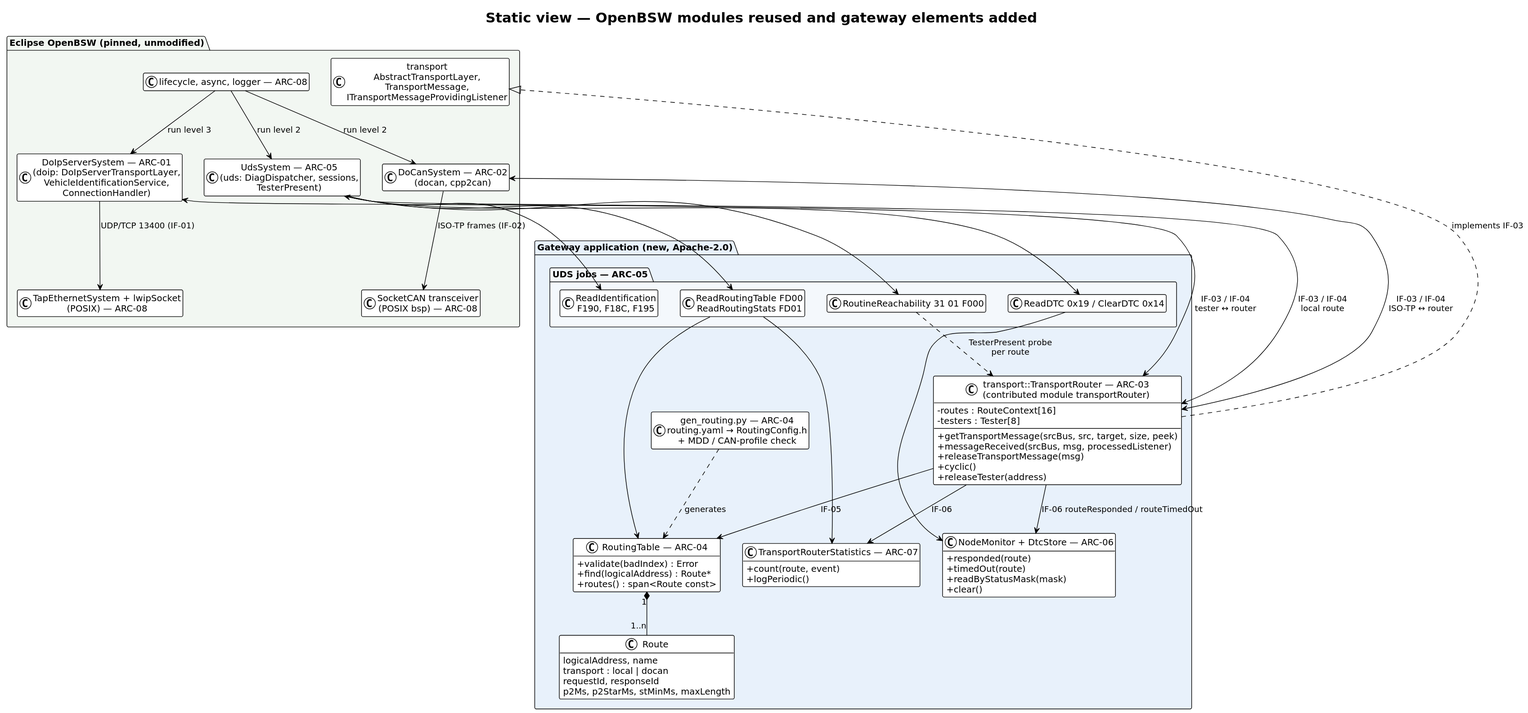
Before: OpenBSW/aspice/report/diagrams/components.svg, a diagram exported from PlantUML (Eclipse-SDV-Hackathon-Chapter-Four/Thinking_CAPs).
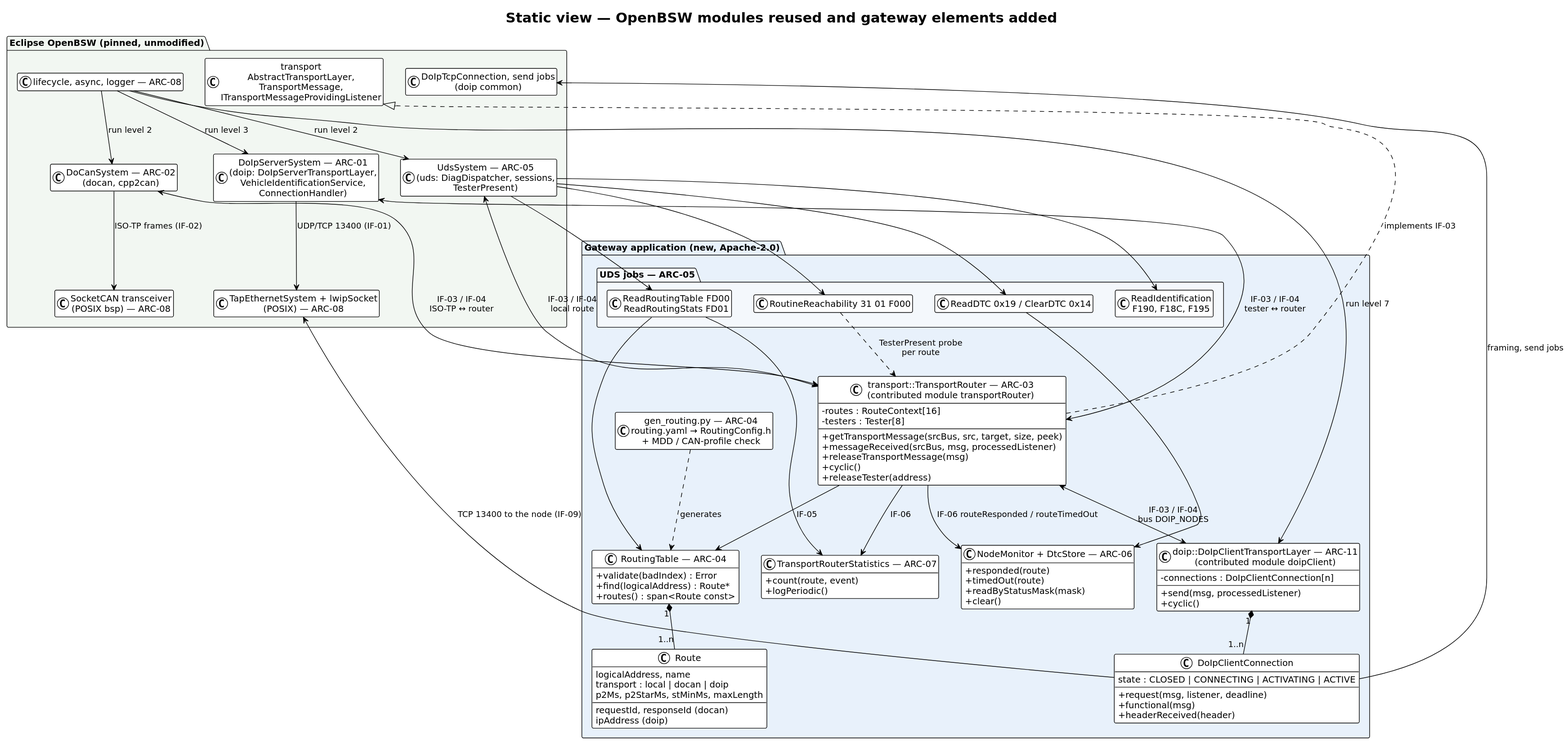
After the change.

Change to the diagram source:
```diff
@@ -24,8 +24,9 @@
   }
   class "Route" as Route {
     logicalAddress, name
-    transport : local | docan
-    requestId, responseId
+    transport : local | docan | doip
+    requestId, responseId (docan)
+    ipAddress (doip)
     p2Ms, p2StarMs, stMinMs, maxLength
   }
   class "NodeMonitor + DtcStore — ARC-06" as Mon {
@@ -44,6 +45,17 @@
     class "ReadDTC 0x19 / ClearDTC 0x14" as J3
     class "RoutineReachability 31 01 F000" as J4
   }
+  class "doip::DoIpClientTransportLayer — ARC-11\n(contributed module doipClient)" as Client {
+    +send(msg, processedListener)
+    +cyclic()
+    -connections : DoIpClientConnection[n]
+  }
+  class "DoIpClientConnection" as Conn {
+    state : CLOSED | CONNECTING | ACTIVATING | ACTIVE
+    +request(msg, listener, deadline)
+    +functional(msg)
+    +headerReceived(header)
+  }
   class "gen_routing.py — ARC-04\nrouting.yaml → RoutingConfig.h\n+ MDD / CAN-profile check" as Gen
 }
 
@@ -53,6 +65,7 @@
   class "UdsSystem — ARC-05\n(uds: DiagDispatcher, sessions,\nTesterPresent)" as Uds
   class "transport\nAbstractTransportLayer,\nTransportMessage,\nITransportMessageProvidingListener" as Tp
   class "lifecycle, async, logger — ARC-08" as Life
+  class "DoIpTcpConnection, send jobs\n(doip common)" as DoIpCommon
   class "TapEthernetSystem + lwipSocket\n(POSIX) — ARC-08" as Eth
   class "SocketCAN transceiver\n(POSIX bsp) — ARC-08" as Can
 }
@@ -63,6 +76,10 @@
 Router <-up-> DoIp : IF-03 / IF-04\ntester ↔ router
 Router <-up-> DoCan : IF-03 / IF-04\nISO-TP ↔ router
 Router <-up-> Uds : IF-03 / IF-04\nlocal route
+Router <-down-> Client : IF-03 / IF-04\nbus DOIP_NODES
+Client "1" *-- "1..n" Conn
+Conn --> DoIpCommon : framing, send jobs
+Conn --> Eth : TCP 13400 to the node (IF-09)
 Router --> Mon : IF-06 routeResponded / routeTimedOut
 Router --> Stats : IF-06
 Uds --> J1
@@ -79,4 +96,5 @@
 Life --> DoIp : run level 3
 Life --> DoCan : run level 2
 Life --> Uds : run level 2
+Life --> Client : run level 7
 @enduml
```
